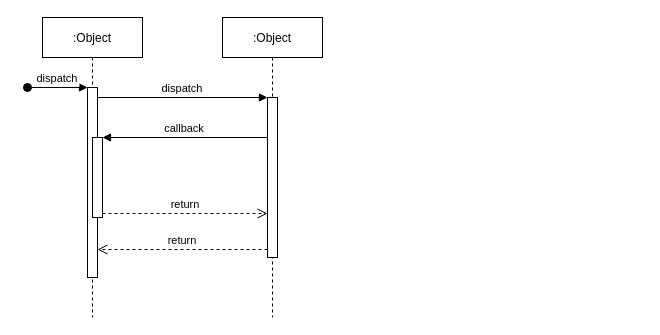
Before: workflow_login.drawio in alikuxac/alikuxac, a draw.io diagram. Source tidied: cells renumbered, new cells numbered last; positions are measured from the earlier drawing's top-left corner, leaving out a move shared by most shapes. Both pictures are drawn from the tidied source at 100%, with x=0, y=0 at pixel (27, 17).
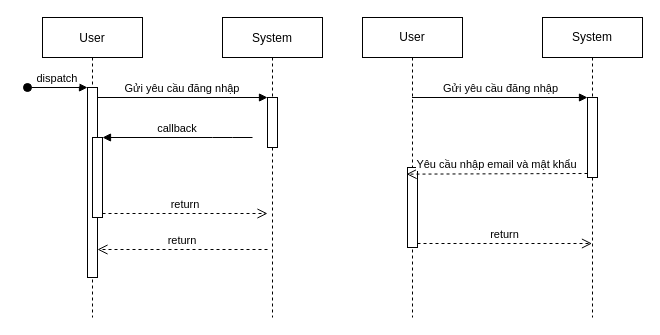
The same page after the edit.

Unchanged cells that the change refers to:
```xml
<mxCell id="3" style="points=[];perimeter=orthogonalPerimeter;rounded=0;shadow=0;strokeWidth=1;" parent="2" vertex="1">
  <mxGeometry x="45" y="70" width="10" height="190" as="geometry" />
</mxCell>
<mxCell id="5" style="points=[];perimeter=orthogonalPerimeter;rounded=0;shadow=0;strokeWidth=1;" parent="2" vertex="1">
  <mxGeometry x="50" y="120" width="10" height="80" as="geometry" />
</mxCell>
```

Diff of the diagram source:
```diff
@@
-    <mxCell id="2" value=":Object" style="shape=umlLifeline;perimeter=lifelinePerimeter;rounded=0;shadow=0;strokeWidth=1;" parent="1" vertex="1">
+    <mxCell id="2" value="User" style="shape=umlLifeline;perimeter=lifelinePerimeter;rounded=0;shadow=0;strokeWidth=1;" parent="1" vertex="1">
       <mxGeometry x="15" width="100" height="300" as="geometry" />
     </mxCell>
@@
-    <mxCell id="6" value=":Object" style="shape=umlLifeline;perimeter=lifelinePerimeter;rounded=0;shadow=0;strokeWidth=1;" parent="1" vertex="1">
+    <mxCell id="6" value="System" style="shape=umlLifeline;perimeter=lifelinePerimeter;rounded=0;shadow=0;strokeWidth=1;" parent="1" vertex="1">
       <mxGeometry x="195" width="100" height="300" as="geometry" />
     </mxCell>
-    <mxCell id="7" style="points=[];perimeter=orthogonalPerimeter;rounded=0;shadow=0;strokeWidth=1;" parent="6" vertex="1">
-      <mxGeometry x="45" y="80" width="10" height="160" as="geometry" />
-    </mxCell>
+    <mxCell id="12" style="perimeter=orthogonalPerimeter;rounded=0;shadow=0;strokeWidth=1;" parent="6" vertex="1">
+      <mxGeometry x="45" y="80" width="10" height="50" as="geometry" />
+    </mxCell>
-    <mxCell id="8" value="return" style="verticalAlign=bottom;endArrow=open;dashed=1;endSize=8;exitX=0;exitY=0.95;shadow=0;strokeWidth=1;" parent="1" edge="1" source="7" target="3">
-      <mxGeometry relative="1" as="geometry" />
+    <mxCell id="8" value="return" style="verticalAlign=bottom;endArrow=open;dashed=1;endSize=8;exitX=0;exitY=0.95;shadow=0;strokeWidth=1;" parent="1" edge="1" target="3">
+      <mxGeometry relative="1" as="geometry">
+        <mxPoint x="240" y="232" as="sourcePoint" />
+      </mxGeometry>
     </mxCell>
-    <mxCell id="9" value="dispatch" style="verticalAlign=bottom;endArrow=block;entryX=0;entryY=0;shadow=0;strokeWidth=1;" parent="1" edge="1" source="3" target="7">
-      <mxGeometry relative="1" as="geometry" />
+    <mxCell id="9" value="Gửi yêu cầu đăng nhập" style="verticalAlign=bottom;endArrow=block;entryX=0;entryY=0;shadow=0;strokeWidth=1;" parent="1" edge="1" source="3">
+      <mxGeometry relative="1" as="geometry">
+        <mxPoint x="240" y="80" as="targetPoint" />
+      </mxGeometry>
     </mxCell>
-    <mxCell id="10" value="callback" style="verticalAlign=bottom;endArrow=block;entryX=1;entryY=0;shadow=0;strokeWidth=1;" parent="1" edge="1" source="7" target="5">
-      <mxGeometry relative="1" as="geometry" />
+    <mxCell id="10" value="callback" style="verticalAlign=bottom;endArrow=block;entryX=1;entryY=0;shadow=0;strokeWidth=1;" parent="1" edge="1" target="5">
+      <mxGeometry relative="1" as="geometry">
+        <mxPoint x="225" y="120" as="sourcePoint" />
+        <Array as="points">
+          <mxPoint x="195" y="120" />
+        </Array>
+      </mxGeometry>
     </mxCell>
-    <mxCell id="11" value="return" style="verticalAlign=bottom;endArrow=open;dashed=1;endSize=8;exitX=1;exitY=0.95;shadow=0;strokeWidth=1;" parent="1" edge="1" source="5" target="7">
-      <mxGeometry relative="1" as="geometry" />
+    <mxCell id="11" value="return" style="verticalAlign=bottom;endArrow=open;dashed=1;endSize=8;exitX=1;exitY=0.95;shadow=0;strokeWidth=1;" parent="1" edge="1" source="5">
+      <mxGeometry relative="1" as="geometry">
+        <mxPoint x="240" y="196" as="targetPoint" />
+      </mxGeometry>
     </mxCell>
+    <mxCell id="13" value="User" style="shape=umlLifeline;perimeter=lifelinePerimeter;whiteSpace=wrap;html=1;outlineConnect=0;" parent="1" vertex="1">
+      <mxGeometry x="335" width="100" height="300" as="geometry" />
+    </mxCell>
+    <mxCell id="14" style="html=1;points=[];perimeter=orthogonalPerimeter;" parent="13" vertex="1">
+      <mxGeometry x="45" y="150" width="10" height="80" as="geometry" />
+    </mxCell>
+    <mxCell id="15" value="System" style="shape=umlLifeline;perimeter=lifelinePerimeter;whiteSpace=wrap;html=1;outlineConnect=0;" parent="1" vertex="1">
+      <mxGeometry x="515" width="100" height="300" as="geometry" />
+    </mxCell>
+    <mxCell id="16" style="html=1;points=[];perimeter=orthogonalPerimeter;" parent="15" vertex="1">
+      <mxGeometry x="45" y="80" width="10" height="80" as="geometry" />
+    </mxCell>
+    <mxCell id="17" value="Gửi yêu cầu đăng nhập" style="html=1;verticalAlign=bottom;endArrow=block;entryX=0;entryY=0;rounded=0;" parent="1" edge="1" source="13" target="16">
+      <mxGeometry relative="1" as="geometry" />
+    </mxCell>
+    <mxCell id="18" value="Yêu cầu nhập email và mật khẩu" style="html=1;verticalAlign=bottom;endArrow=open;dashed=1;endSize=8;exitX=0;exitY=0.95;rounded=0;entryX=-0.1;entryY=0.083;entryDx=0;entryDy=0;entryPerimeter=0;" parent="1" edge="1" source="16" target="14">
+      <mxGeometry relative="1" as="geometry" />
+    </mxCell>
+    <mxCell id="19" value="return" style="html=1;verticalAlign=bottom;endArrow=open;dashed=1;endSize=8;exitX=1;exitY=0.95;rounded=0;" parent="1" edge="1" source="14" target="15">
+      <mxGeometry relative="1" as="geometry" />
+    </mxCell>
```
